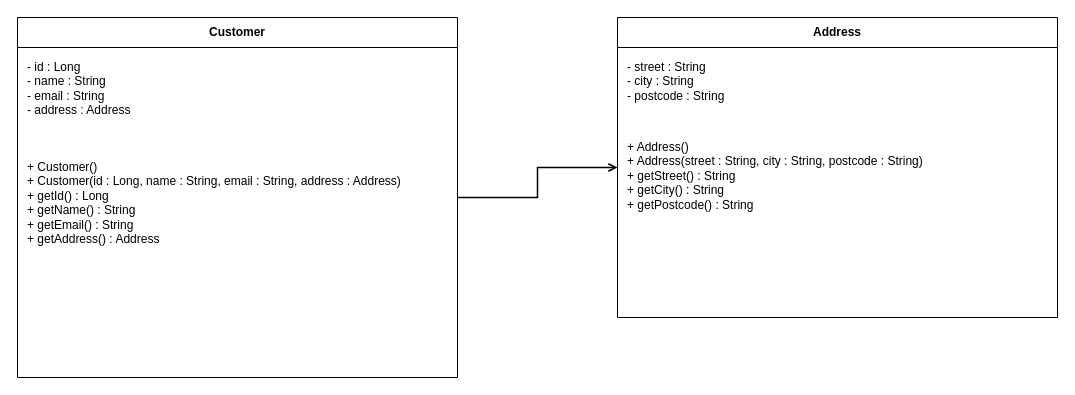
sharifah-fsn/products-api-tutorial1 keeps this draw.io diagram as src/main/docs/uml/CustomerAddress.drawio. Above is the earlier version. Source tidied: cells renumbered, new cells numbered last; positions are measured from the earlier drawing's top-left corner, leaving out a move shared by most shapes. Both pictures are drawn from the tidied source at 100%, with x=0, y=0 at pixel (17, 17).
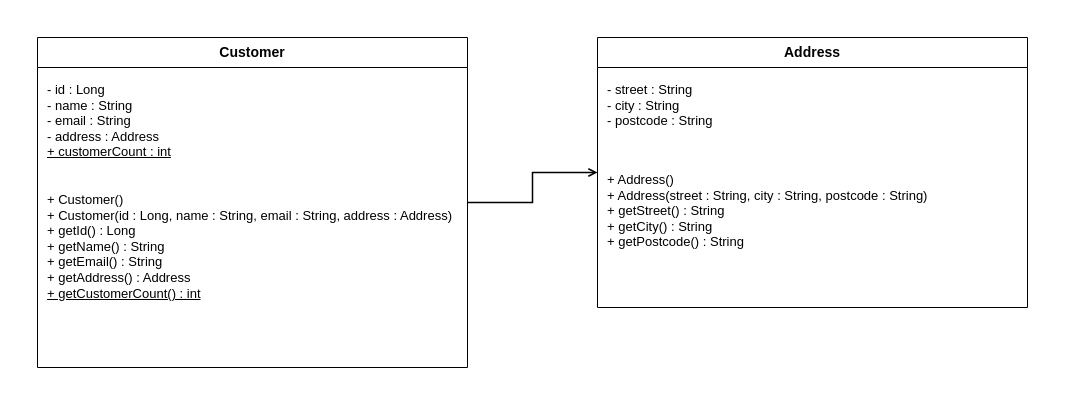
Above is the later version.

Commit message:
Tutorial 2: Stretch Tasks - CustomerAddress.drawio

What changed in the source:
```diff
@@
 <mxGraphModel>
   <root>
     <mxCell id="0" />
     <mxCell id="1" parent="0" />
-    <mxCell id="2" value="&lt;b&gt;Customer&lt;/b&gt;" style="swimlane;fontStyle=0;horizontal=1;startSize=30;rounded=0;html=1;whiteSpace=wrap;" parent="1" vertex="1">
-      <mxGeometry width="440" height="360" as="geometry" />
+    <mxCell id="2" value="Customer" style="swimlane;fontStyle=1;align=center;verticalAlign=middle;horizontal=1;startSize=30;html=1;whiteSpace=wrap;rounded=0;fillColor=#ffffff;strokeColor=#000000;fontSize=14;" parent="1" vertex="1">
+      <mxGeometry x="20" y="20" width="430" height="330" as="geometry" />
     </mxCell>
-    <mxCell id="3" value="- id : Long&lt;br&gt;- name : String&lt;br&gt;- email : String&lt;br&gt;- address : Address" style="text;strokeColor=none;fillColor=none;align=left;verticalAlign=top;spacingLeft=8;spacingTop=6;spacingRight=4;whiteSpace=wrap;html=1;" parent="2" vertex="1">
-      <mxGeometry y="30" width="440" height="100" as="geometry" />
-    </mxCell>
-    <mxCell id="4" value="+ Customer()&lt;br&gt;+ Customer(id : Long, name : String, email : String, address : Address)&lt;br&gt;+ getId() : Long&lt;br&gt;+ getName() : String&lt;br&gt;+ getEmail() : String&lt;br&gt;+ getAddress() : Address" style="text;strokeColor=none;fillColor=none;align=left;verticalAlign=top;spacingLeft=8;spacingTop=6;spacingRight=4;whiteSpace=wrap;html=1;" parent="2" vertex="1">
-      <mxGeometry y="130" width="440" height="230" as="geometry" />
-    </mxCell>
-    <mxCell id="5" style="line;strokeWidth=1;fillColor=none;" parent="2" vertex="1">
-      <mxGeometry y="30" width="440" as="geometry" />
-    </mxCell>
-    <mxCell id="6" style="line;strokeWidth=1;fillColor=none;" parent="2" vertex="1">
-      <mxGeometry y="130" width="440" as="geometry" />
-    </mxCell>
+    <mxCell id="13" value="- id : Long&lt;br&gt;- name : String&lt;br&gt;- email : String&lt;br&gt;- address : Address&lt;br&gt;&lt;u&gt;+ customerCount : int&lt;/u&gt;" style="text;html=1;strokeColor=none;fillColor=none;align=left;verticalAlign=top;spacingLeft=8;spacingTop=8;whiteSpace=wrap;fontSize=13;" parent="2" vertex="1">
+      <mxGeometry y="30" width="430" height="110" as="geometry" />
+    </mxCell>
+    <mxCell id="14" value="+ Customer()&lt;br&gt;+ Customer(id : Long, name : String, email : String, address : Address)&lt;br&gt;+ getId() : Long&lt;br&gt;+ getName() : String&lt;br&gt;+ getEmail() : String&lt;br&gt;+ getAddress() : Address&lt;br&gt;&lt;u&gt;+ getCustomerCount() : int&lt;/u&gt;" style="text;html=1;strokeColor=none;fillColor=none;align=left;verticalAlign=top;spacingLeft=8;spacingTop=8;whiteSpace=wrap;fontSize=13;" parent="2" vertex="1">
+      <mxGeometry y="140" width="430" height="190" as="geometry" />
+    </mxCell>
-    <mxCell id="7" value="&lt;b&gt;Address&lt;/b&gt;" style="swimlane;fontStyle=0;horizontal=1;startSize=30;rounded=0;html=1;whiteSpace=wrap;" parent="1" vertex="1">
-      <mxGeometry x="600" width="440" height="300" as="geometry" />
+    <mxCell id="7" value="Address" style="swimlane;fontStyle=1;align=center;verticalAlign=middle;horizontal=1;startSize=30;html=1;whiteSpace=wrap;rounded=0;fillColor=#ffffff;strokeColor=#000000;fontSize=14;" parent="1" vertex="1">
+      <mxGeometry x="580" y="20" width="430" height="270" as="geometry" />
     </mxCell>
-    <mxCell id="8" value="- street : String&lt;br&gt;- city : String&lt;br&gt;- postcode : String" style="text;strokeColor=none;fillColor=none;align=left;verticalAlign=top;spacingLeft=8;spacingTop=6;spacingRight=4;whiteSpace=wrap;html=1;" parent="7" vertex="1">
-      <mxGeometry y="30" width="440" height="80" as="geometry" />
+    <mxCell id="8" value="- street : String&lt;br&gt;- city : String&lt;br&gt;- postcode : String" style="text;html=1;strokeColor=none;fillColor=none;align=left;verticalAlign=top;spacingLeft=8;spacingTop=8;whiteSpace=wrap;fontSize=13;" parent="7" vertex="1">
+      <mxGeometry y="30" width="430" height="90" as="geometry" />
     </mxCell>
-    <mxCell id="9" value="+ Address()&lt;br&gt;+ Address(street : String, city : String, postcode : String)&lt;br&gt;+ getStreet() : String&lt;br&gt;+ getCity() : String&lt;br&gt;+ getPostcode() : String" style="text;strokeColor=none;fillColor=none;align=left;verticalAlign=top;spacingLeft=8;spacingTop=6;spacingRight=4;whiteSpace=wrap;html=1;" parent="7" vertex="1">
-      <mxGeometry y="110" width="440" height="190" as="geometry" />
+    <mxCell id="9" value="+ Address()&lt;br&gt;+ Address(street : String, city : String, postcode : String)&lt;br&gt;+ getStreet() : String&lt;br&gt;+ getCity() : String&lt;br&gt;+ getPostcode() : String" style="text;html=1;strokeColor=none;fillColor=none;align=left;verticalAlign=top;spacingLeft=8;spacingTop=8;whiteSpace=wrap;fontSize=13;" parent="7" vertex="1">
+      <mxGeometry y="120" width="430" height="150" as="geometry" />
     </mxCell>
-    <mxCell id="10" style="line;strokeWidth=1;fillColor=none;" parent="7" vertex="1">
-      <mxGeometry y="30" width="440" as="geometry" />
-    </mxCell>
-    <mxCell id="11" style="line;strokeWidth=1;fillColor=none;" parent="7" vertex="1">
-      <mxGeometry y="110" width="440" as="geometry" />
-    </mxCell>
-    <mxCell id="12" style="edgeStyle=orthogonalEdgeStyle;rounded=0;jettySize=auto;html=1;endArrow=open;endFill=0;strokeWidth=1.5;" parent="1" edge="1" source="2" target="7">
+    <mxCell id="12" style="edgeStyle=orthogonalEdgeStyle;rounded=0;jettySize=auto;html=1;strokeWidth=1.5;endArrow=open;endFill=0;startArrow=none;" parent="1" edge="1" source="2" target="7">
       <mxGeometry relative="1" as="geometry" />
     </mxCell>
   </root>
 </mxGraphModel>
```
